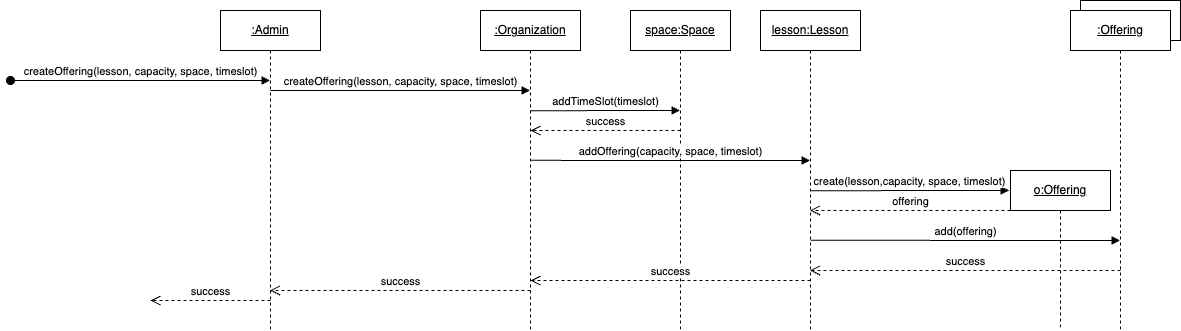
This is artifacts/usecase-processofferings/create-offering-interaction-diagram.png from vinishamanek/SOEN342, a draw.io export, as it was before one commit. Source tidied: cells renumbered, new cells last; positions are measured from the earlier drawing's top-left corner, leaving out a move shared by most shapes. The source it was exported from:
```xml
<mxGraphModel>
  <root>
    <mxCell id="0" />
    <mxCell id="1" parent="0" />
    <mxCell id="2" style="rounded=0;whiteSpace=wrap;html=1;" parent="1" vertex="1">
      <mxGeometry x="1070" width="100" height="40" as="geometry" />
    </mxCell>
    <mxCell id="3" value="&lt;u&gt;:Admin&lt;/u&gt;" style="shape=umlLifeline;perimeter=lifelinePerimeter;whiteSpace=wrap;html=1;outlineConnect=0;portConstraint=eastwest;newEdgeStyle={&quot;edgeStyle&quot;:&quot;elbowEdgeStyle&quot;,&quot;elbow&quot;:&quot;vertical&quot;,&quot;curved&quot;:0,&quot;rounded&quot;:0};" parent="1" vertex="1">
      <mxGeometry x="210" y="10" width="100" height="320" as="geometry" />
    </mxCell>
    <mxCell id="4" value="&lt;u&gt;:Organization&lt;/u&gt;" style="shape=umlLifeline;perimeter=lifelinePerimeter;whiteSpace=wrap;html=1;outlineConnect=0;portConstraint=eastwest;newEdgeStyle={&quot;edgeStyle&quot;:&quot;elbowEdgeStyle&quot;,&quot;elbow&quot;:&quot;vertical&quot;,&quot;curved&quot;:0,&quot;rounded&quot;:0};" parent="1" vertex="1">
      <mxGeometry x="470" y="10" width="100" height="320" as="geometry" />
    </mxCell>
    <mxCell id="5" value="createOffering(lesson, capacity, space, timeslot)" style="html=1;verticalAlign=bottom;endArrow=block;edgeStyle=elbowEdgeStyle;elbow=vertical;curved=0;rounded=0;" parent="1" edge="1" target="4">
      <mxGeometry relative="1" as="geometry">
        <mxPoint x="260" y="90" as="sourcePoint" />
      </mxGeometry>
    </mxCell>
    <mxCell id="6" value="success" style="html=1;verticalAlign=bottom;endArrow=open;dashed=1;endSize=8;edgeStyle=elbowEdgeStyle;elbow=vertical;curved=0;rounded=0;" parent="1" edge="1" target="3">
      <mxGeometry relative="1" as="geometry">
        <mxPoint x="520" y="290" as="sourcePoint" />
        <Array as="points">
          <mxPoint x="445" y="290" />
        </Array>
      </mxGeometry>
    </mxCell>
    <mxCell id="7" value="createOffering(lesson, capacity, space, timeslot)" style="html=1;verticalAlign=bottom;startArrow=oval;endArrow=block;startSize=8;edgeStyle=elbowEdgeStyle;elbow=vertical;curved=0;rounded=0;" parent="1" edge="1">
      <mxGeometry relative="1" as="geometry">
        <mxPoint y="80" as="sourcePoint" />
        <mxPoint x="259.5" y="80.1" as="targetPoint" />
      </mxGeometry>
    </mxCell>
    <mxCell id="8" value="&lt;u&gt;lesson:Lesson&lt;/u&gt;" style="shape=umlLifeline;perimeter=lifelinePerimeter;whiteSpace=wrap;html=1;outlineConnect=0;portConstraint=eastwest;newEdgeStyle={&quot;edgeStyle&quot;:&quot;elbowEdgeStyle&quot;,&quot;elbow&quot;:&quot;vertical&quot;,&quot;curved&quot;:0,&quot;rounded&quot;:0};" parent="1" vertex="1">
      <mxGeometry x="750" y="10" width="100" height="320" as="geometry" />
    </mxCell>
    <mxCell id="9" value="addTimeSlot(timeslot)" style="html=1;verticalAlign=bottom;endArrow=block;edgeStyle=elbowEdgeStyle;elbow=vertical;curved=0;rounded=0;" parent="1" edge="1">
      <mxGeometry relative="1" as="geometry">
        <mxPoint x="520" y="110.2" as="sourcePoint" />
        <mxPoint x="669.5" y="110" as="targetPoint" />
      </mxGeometry>
    </mxCell>
    <mxCell id="10" value="&lt;u&gt;space:Space&lt;/u&gt;" style="shape=umlLifeline;perimeter=lifelinePerimeter;whiteSpace=wrap;html=1;newEdgeStyle={&quot;edgeStyle&quot;:&quot;elbowEdgeStyle&quot;,&quot;elbow&quot;:&quot;vertical&quot;,&quot;curved&quot;:0,&quot;rounded&quot;:0};" parent="1" vertex="1">
      <mxGeometry x="620" y="10" width="100" height="320" as="geometry" />
    </mxCell>
    <mxCell id="11" value="success" style="html=1;verticalAlign=bottom;endArrow=open;dashed=1;endSize=8;edgeStyle=elbowEdgeStyle;elbow=vertical;curved=0;rounded=0;" parent="1" edge="1">
      <mxGeometry relative="1" as="geometry">
        <mxPoint x="670" y="130" as="sourcePoint" />
        <mxPoint x="520" y="130" as="targetPoint" />
        <Array as="points">
          <mxPoint x="595" y="130" />
        </Array>
      </mxGeometry>
    </mxCell>
    <mxCell id="12" value="addOffering(capacity, space, timeslot)" style="html=1;verticalAlign=bottom;endArrow=block;edgeStyle=elbowEdgeStyle;elbow=vertical;curved=0;rounded=0;" parent="1" edge="1" target="8">
      <mxGeometry relative="1" as="geometry">
        <mxPoint x="520" y="159.9" as="sourcePoint" />
      </mxGeometry>
    </mxCell>
    <mxCell id="13" value="&lt;u&gt;o:Offering&lt;/u&gt;" style="shape=umlLifeline;perimeter=lifelinePerimeter;whiteSpace=wrap;html=1;outlineConnect=0;portConstraint=eastwest;newEdgeStyle={&quot;edgeStyle&quot;:&quot;elbowEdgeStyle&quot;,&quot;elbow&quot;:&quot;vertical&quot;,&quot;curved&quot;:0,&quot;rounded&quot;:0};" parent="1" vertex="1">
      <mxGeometry x="1000" y="170" width="100" height="160" as="geometry" />
    </mxCell>
    <mxCell id="14" value="&lt;u&gt;:Offering&lt;/u&gt;" style="shape=umlLifeline;perimeter=lifelinePerimeter;whiteSpace=wrap;html=1;outlineConnect=0;portConstraint=eastwest;newEdgeStyle={&quot;edgeStyle&quot;:&quot;elbowEdgeStyle&quot;,&quot;elbow&quot;:&quot;vertical&quot;,&quot;curved&quot;:0,&quot;rounded&quot;:0};" parent="1" vertex="1">
      <mxGeometry x="1060" y="10" width="100" height="320" as="geometry" />
    </mxCell>
    <mxCell id="15" value="create(lesson,capacity, space, timeslot)" style="html=1;verticalAlign=bottom;endArrow=block;edgeStyle=elbowEdgeStyle;elbow=vertical;curved=0;rounded=0;entryX=-0.013;entryY=0.126;entryDx=0;entryDy=0;entryPerimeter=0;" parent="1" edge="1" target="13">
      <mxGeometry relative="1" as="geometry">
        <mxPoint x="800" y="190.2" as="sourcePoint" />
      </mxGeometry>
    </mxCell>
    <mxCell id="16" value="add(offering)" style="html=1;verticalAlign=bottom;endArrow=block;edgeStyle=elbowEdgeStyle;elbow=vertical;curved=0;rounded=0;" parent="1" edge="1" target="14">
      <mxGeometry relative="1" as="geometry">
        <mxPoint x="800" y="239.8" as="sourcePoint" />
      </mxGeometry>
    </mxCell>
    <mxCell id="17" value="success" style="html=1;verticalAlign=bottom;endArrow=open;dashed=1;endSize=8;edgeStyle=elbowEdgeStyle;elbow=vertical;curved=0;rounded=0;" parent="1" edge="1" target="8">
      <mxGeometry relative="1" as="geometry">
        <mxPoint x="1110" y="270" as="sourcePoint" />
        <Array as="points">
          <mxPoint x="1035" y="270" />
        </Array>
      </mxGeometry>
    </mxCell>
    <mxCell id="18" value="success" style="html=1;verticalAlign=bottom;endArrow=open;dashed=1;endSize=8;edgeStyle=elbowEdgeStyle;elbow=vertical;curved=0;rounded=0;" parent="1" edge="1">
      <mxGeometry relative="1" as="geometry">
        <mxPoint x="800" y="280" as="sourcePoint" />
        <mxPoint x="520" y="280" as="targetPoint" />
        <Array as="points">
          <mxPoint x="725" y="280" />
        </Array>
      </mxGeometry>
    </mxCell>
    <mxCell id="19" value="success" style="html=1;verticalAlign=bottom;endArrow=open;dashed=1;endSize=8;edgeStyle=elbowEdgeStyle;elbow=vertical;curved=0;rounded=0;" parent="1" edge="1">
      <mxGeometry relative="1" as="geometry">
        <mxPoint x="260" y="300" as="sourcePoint" />
        <mxPoint x="140" y="300" as="targetPoint" />
        <Array as="points">
          <mxPoint x="185" y="300" />
        </Array>
      </mxGeometry>
    </mxCell>
    <mxCell id="20" value="offering" style="html=1;verticalAlign=bottom;endArrow=open;dashed=1;endSize=8;edgeStyle=elbowEdgeStyle;elbow=vertical;curved=0;rounded=0;" parent="1" edge="1" target="8">
      <mxGeometry relative="1" as="geometry">
        <mxPoint x="1000" y="210" as="sourcePoint" />
        <Array as="points">
          <mxPoint x="925" y="210" />
        </Array>
      </mxGeometry>
    </mxCell>
  </root>
</mxGraphModel>
```
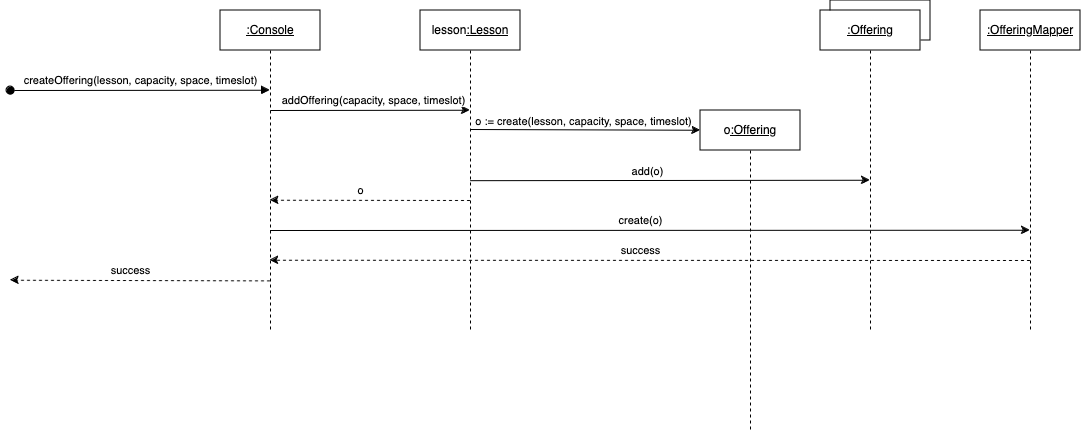
After the change.

Commit message:
Update create-offering diagarm

Diff of the diagram source:
```diff
@@ -2,109 +2,105 @@
   <root>
     <mxCell id="0" />
     <mxCell id="1" parent="0" />
-    <mxCell id="2" style="rounded=0;whiteSpace=wrap;html=1;" parent="1" vertex="1">
-      <mxGeometry x="1070" width="100" height="40" as="geometry" />
-    </mxCell>
-    <mxCell id="3" value="&lt;u&gt;:Admin&lt;/u&gt;" style="shape=umlLifeline;perimeter=lifelinePerimeter;whiteSpace=wrap;html=1;outlineConnect=0;portConstraint=eastwest;newEdgeStyle={&quot;edgeStyle&quot;:&quot;elbowEdgeStyle&quot;,&quot;elbow&quot;:&quot;vertical&quot;,&quot;curved&quot;:0,&quot;rounded&quot;:0};" parent="1" vertex="1">
-      <mxGeometry x="210" y="10" width="100" height="320" as="geometry" />
-    </mxCell>
-    <mxCell id="4" value="&lt;u&gt;:Organization&lt;/u&gt;" style="shape=umlLifeline;perimeter=lifelinePerimeter;whiteSpace=wrap;html=1;outlineConnect=0;portConstraint=eastwest;newEdgeStyle={&quot;edgeStyle&quot;:&quot;elbowEdgeStyle&quot;,&quot;elbow&quot;:&quot;vertical&quot;,&quot;curved&quot;:0,&quot;rounded&quot;:0};" parent="1" vertex="1">
-      <mxGeometry x="470" y="10" width="100" height="320" as="geometry" />
-    </mxCell>
-    <mxCell id="5" value="createOffering(lesson, capacity, space, timeslot)" style="html=1;verticalAlign=bottom;endArrow=block;edgeStyle=elbowEdgeStyle;elbow=vertical;curved=0;rounded=0;" parent="1" edge="1" target="4">
-      <mxGeometry relative="1" as="geometry">
-        <mxPoint x="260" y="90" as="sourcePoint" />
-      </mxGeometry>
-    </mxCell>
-    <mxCell id="6" value="success" style="html=1;verticalAlign=bottom;endArrow=open;dashed=1;endSize=8;edgeStyle=elbowEdgeStyle;elbow=vertical;curved=0;rounded=0;" parent="1" edge="1" target="3">
-      <mxGeometry relative="1" as="geometry">
-        <mxPoint x="520" y="290" as="sourcePoint" />
-        <Array as="points">
-          <mxPoint x="445" y="290" />
-        </Array>
-      </mxGeometry>
-    </mxCell>
+    <mxCell id="21" style="rounded=0;whiteSpace=wrap;html=1;" parent="1" vertex="1">
+      <mxGeometry x="1070" width="100" height="40" as="geometry" />
+    </mxCell>
+    <mxCell id="22" style="edgeStyle=elbowEdgeStyle;rounded=0;jettySize=auto;html=1;elbow=vertical;curved=0;" parent="1" edge="1" target="32">
+      <mxGeometry relative="1" as="geometry">
+        <mxPoint x="509.8" y="110" as="sourcePoint" />
+      </mxGeometry>
+    </mxCell>
+    <mxCell id="12" value="addOffering(capacity, space, timeslot)" style="edgeLabel;html=1;align=center;verticalAlign=middle;" parent="22" vertex="1">
+      <mxGeometry x="-0.17" relative="1" as="geometry">
+        <mxPoint x="19" y="-10" as="offset" />
+      </mxGeometry>
+    </mxCell>
+    <mxCell id="23" style="edgeStyle=elbowEdgeStyle;rounded=0;orthogonalLoop=1;jettySize=auto;html=1;elbow=vertical;curved=0;" parent="1" edge="1">
+      <mxGeometry relative="1" as="geometry">
+        <mxPoint x="509.5" y="230" as="sourcePoint" />
+        <mxPoint x="1269.5" y="230" as="targetPoint" />
+      </mxGeometry>
+    </mxCell>
+    <mxCell id="24" value="create(o)" style="edgeLabel;html=1;align=center;verticalAlign=middle;" parent="23" vertex="1">
+      <mxGeometry x="-0.34" y="-2" relative="1" as="geometry">
+        <mxPoint x="120" y="-12" as="offset" />
+      </mxGeometry>
+    </mxCell>
+    <mxCell id="25" style="edgeStyle=elbowEdgeStyle;rounded=0;orthogonalLoop=1;jettySize=auto;html=1;elbow=vertical;curved=0;dashed=1;" parent="1" edge="1">
+      <mxGeometry relative="1" as="geometry">
+        <mxPoint x="509.5" y="280.4" as="sourcePoint" />
+        <mxPoint x="250" y="280" as="targetPoint" />
+      </mxGeometry>
+    </mxCell>
+    <mxCell id="26" value="success" style="edgeLabel;html=1;align=center;verticalAlign=middle;" parent="25" vertex="1">
+      <mxGeometry x="0.28" y="6" relative="1" as="geometry">
+        <mxPoint x="27" y="-16" as="offset" />
+      </mxGeometry>
+    </mxCell>
+    <mxCell id="27" value="&lt;u&gt;:Console&lt;/u&gt;" style="shape=umlLifeline;perimeter=lifelinePerimeter;whiteSpace=wrap;html=1;newEdgeStyle={&quot;edgeStyle&quot;:&quot;elbowEdgeStyle&quot;,&quot;elbow&quot;:&quot;vertical&quot;,&quot;curved&quot;:0,&quot;rounded&quot;:0};" parent="1" vertex="1">
+      <mxGeometry x="460" y="10" width="100" height="320" as="geometry" />
+    </mxCell>
     <mxCell id="7" value="createOffering(lesson, capacity, space, timeslot)" style="html=1;verticalAlign=bottom;startArrow=oval;endArrow=block;startSize=8;edgeStyle=elbowEdgeStyle;elbow=vertical;curved=0;rounded=0;" parent="1" edge="1">
       <mxGeometry relative="1" as="geometry">
-        <mxPoint y="80" as="sourcePoint" />
-        <mxPoint x="259.5" y="80.1" as="targetPoint" />
+        <mxPoint x="250" y="90" as="sourcePoint" />
+        <mxPoint x="509.5" y="90.1" as="targetPoint" />
       </mxGeometry>
     </mxCell>
-    <mxCell id="8" value="&lt;u&gt;lesson:Lesson&lt;/u&gt;" style="shape=umlLifeline;perimeter=lifelinePerimeter;whiteSpace=wrap;html=1;outlineConnect=0;portConstraint=eastwest;newEdgeStyle={&quot;edgeStyle&quot;:&quot;elbowEdgeStyle&quot;,&quot;elbow&quot;:&quot;vertical&quot;,&quot;curved&quot;:0,&quot;rounded&quot;:0};" parent="1" vertex="1">
-      <mxGeometry x="750" y="10" width="100" height="320" as="geometry" />
-    </mxCell>
-    <mxCell id="9" value="addTimeSlot(timeslot)" style="html=1;verticalAlign=bottom;endArrow=block;edgeStyle=elbowEdgeStyle;elbow=vertical;curved=0;rounded=0;" parent="1" edge="1">
-      <mxGeometry relative="1" as="geometry">
-        <mxPoint x="520" y="110.2" as="sourcePoint" />
-        <mxPoint x="669.5" y="110" as="targetPoint" />
-      </mxGeometry>
-    </mxCell>
-    <mxCell id="10" value="&lt;u&gt;space:Space&lt;/u&gt;" style="shape=umlLifeline;perimeter=lifelinePerimeter;whiteSpace=wrap;html=1;newEdgeStyle={&quot;edgeStyle&quot;:&quot;elbowEdgeStyle&quot;,&quot;elbow&quot;:&quot;vertical&quot;,&quot;curved&quot;:0,&quot;rounded&quot;:0};" parent="1" vertex="1">
-      <mxGeometry x="620" y="10" width="100" height="320" as="geometry" />
-    </mxCell>
-    <mxCell id="11" value="success" style="html=1;verticalAlign=bottom;endArrow=open;dashed=1;endSize=8;edgeStyle=elbowEdgeStyle;elbow=vertical;curved=0;rounded=0;" parent="1" edge="1">
-      <mxGeometry relative="1" as="geometry">
-        <mxPoint x="670" y="130" as="sourcePoint" />
-        <mxPoint x="520" y="130" as="targetPoint" />
-        <Array as="points">
-          <mxPoint x="595" y="130" />
-        </Array>
-      </mxGeometry>
-    </mxCell>
-    <mxCell id="12" value="addOffering(capacity, space, timeslot)" style="html=1;verticalAlign=bottom;endArrow=block;edgeStyle=elbowEdgeStyle;elbow=vertical;curved=0;rounded=0;" parent="1" edge="1" target="8">
-      <mxGeometry relative="1" as="geometry">
-        <mxPoint x="520" y="159.9" as="sourcePoint" />
-      </mxGeometry>
-    </mxCell>
-    <mxCell id="13" value="&lt;u&gt;o:Offering&lt;/u&gt;" style="shape=umlLifeline;perimeter=lifelinePerimeter;whiteSpace=wrap;html=1;outlineConnect=0;portConstraint=eastwest;newEdgeStyle={&quot;edgeStyle&quot;:&quot;elbowEdgeStyle&quot;,&quot;elbow&quot;:&quot;vertical&quot;,&quot;curved&quot;:0,&quot;rounded&quot;:0};" parent="1" vertex="1">
-      <mxGeometry x="1000" y="170" width="100" height="160" as="geometry" />
-    </mxCell>
+    <mxCell id="28" style="edgeStyle=elbowEdgeStyle;rounded=0;orthogonalLoop=1;jettySize=auto;html=1;elbow=vertical;curved=0;" parent="1" edge="1">
+      <mxGeometry relative="1" as="geometry">
+        <mxPoint x="709.8" y="129" as="sourcePoint" />
+        <mxPoint x="940" y="130" as="targetPoint" />
+      </mxGeometry>
+    </mxCell>
+    <mxCell id="29" value="o := create(lesson, capacity, space, timeslot)" style="edgeLabel;html=1;align=center;verticalAlign=middle;" parent="28" vertex="1">
+      <mxGeometry x="-0.25" y="2" relative="1" as="geometry">
+        <mxPoint x="27" y="-7" as="offset" />
+      </mxGeometry>
+    </mxCell>
+    <mxCell id="30" style="edgeStyle=elbowEdgeStyle;rounded=0;orthogonalLoop=1;jettySize=auto;html=1;elbow=vertical;curved=0;dashed=1;" parent="1" edge="1">
+      <mxGeometry relative="1" as="geometry">
+        <mxPoint x="709.5" y="200" as="sourcePoint" />
+        <mxPoint x="509.5" y="200" as="targetPoint" />
+      </mxGeometry>
+    </mxCell>
+    <mxCell id="31" value="o" style="edgeLabel;html=1;align=center;verticalAlign=middle;" parent="30" vertex="1">
+      <mxGeometry x="0.25" y="3" relative="1" as="geometry">
+        <mxPoint x="15" y="-13" as="offset" />
+      </mxGeometry>
+    </mxCell>
+    <mxCell id="32" value="lesson&lt;u&gt;:Lesson&lt;/u&gt;" style="shape=umlLifeline;perimeter=lifelinePerimeter;whiteSpace=wrap;html=1;outlineConnect=0;portConstraint=eastwest;newEdgeStyle={&quot;edgeStyle&quot;:&quot;elbowEdgeStyle&quot;,&quot;elbow&quot;:&quot;vertical&quot;,&quot;curved&quot;:0,&quot;rounded&quot;:0};" parent="1" vertex="1">
+      <mxGeometry x="660" y="10" width="100" height="320" as="geometry" />
+    </mxCell>
+    <mxCell id="33" value="o&lt;u&gt;:Offering&lt;/u&gt;" style="shape=umlLifeline;perimeter=lifelinePerimeter;whiteSpace=wrap;html=1;newEdgeStyle={&quot;edgeStyle&quot;:&quot;elbowEdgeStyle&quot;,&quot;elbow&quot;:&quot;vertical&quot;,&quot;curved&quot;:0,&quot;rounded&quot;:0};" parent="1" vertex="1">
+      <mxGeometry x="940" y="110" width="100" height="320" as="geometry" />
+    </mxCell>
     <mxCell id="14" value="&lt;u&gt;:Offering&lt;/u&gt;" style="shape=umlLifeline;perimeter=lifelinePerimeter;whiteSpace=wrap;html=1;outlineConnect=0;portConstraint=eastwest;newEdgeStyle={&quot;edgeStyle&quot;:&quot;elbowEdgeStyle&quot;,&quot;elbow&quot;:&quot;vertical&quot;,&quot;curved&quot;:0,&quot;rounded&quot;:0};" parent="1" vertex="1">
       <mxGeometry x="1060" y="10" width="100" height="320" as="geometry" />
     </mxCell>
-    <mxCell id="15" value="create(lesson,capacity, space, timeslot)" style="html=1;verticalAlign=bottom;endArrow=block;edgeStyle=elbowEdgeStyle;elbow=vertical;curved=0;rounded=0;entryX=-0.013;entryY=0.126;entryDx=0;entryDy=0;entryPerimeter=0;" parent="1" edge="1" target="13">
-      <mxGeometry relative="1" as="geometry">
-        <mxPoint x="800" y="190.2" as="sourcePoint" />
-      </mxGeometry>
-    </mxCell>
-    <mxCell id="16" value="add(offering)" style="html=1;verticalAlign=bottom;endArrow=block;edgeStyle=elbowEdgeStyle;elbow=vertical;curved=0;rounded=0;" parent="1" edge="1" target="14">
-      <mxGeometry relative="1" as="geometry">
-        <mxPoint x="800" y="239.8" as="sourcePoint" />
-      </mxGeometry>
-    </mxCell>
-    <mxCell id="17" value="success" style="html=1;verticalAlign=bottom;endArrow=open;dashed=1;endSize=8;edgeStyle=elbowEdgeStyle;elbow=vertical;curved=0;rounded=0;" parent="1" edge="1" target="8">
-      <mxGeometry relative="1" as="geometry">
-        <mxPoint x="1110" y="270" as="sourcePoint" />
-        <Array as="points">
-          <mxPoint x="1035" y="270" />
-        </Array>
-      </mxGeometry>
-    </mxCell>
-    <mxCell id="18" value="success" style="html=1;verticalAlign=bottom;endArrow=open;dashed=1;endSize=8;edgeStyle=elbowEdgeStyle;elbow=vertical;curved=0;rounded=0;" parent="1" edge="1">
-      <mxGeometry relative="1" as="geometry">
-        <mxPoint x="800" y="280" as="sourcePoint" />
-        <mxPoint x="520" y="280" as="targetPoint" />
-        <Array as="points">
-          <mxPoint x="725" y="280" />
-        </Array>
-      </mxGeometry>
-    </mxCell>
-    <mxCell id="19" value="success" style="html=1;verticalAlign=bottom;endArrow=open;dashed=1;endSize=8;edgeStyle=elbowEdgeStyle;elbow=vertical;curved=0;rounded=0;" parent="1" edge="1">
-      <mxGeometry relative="1" as="geometry">
-        <mxPoint x="260" y="300" as="sourcePoint" />
-        <mxPoint x="140" y="300" as="targetPoint" />
-        <Array as="points">
-          <mxPoint x="185" y="300" />
-        </Array>
-      </mxGeometry>
-    </mxCell>
-    <mxCell id="20" value="offering" style="html=1;verticalAlign=bottom;endArrow=open;dashed=1;endSize=8;edgeStyle=elbowEdgeStyle;elbow=vertical;curved=0;rounded=0;" parent="1" edge="1" target="8">
-      <mxGeometry relative="1" as="geometry">
-        <mxPoint x="1000" y="210" as="sourcePoint" />
-        <Array as="points">
-          <mxPoint x="925" y="210" />
-        </Array>
-      </mxGeometry>
-    </mxCell>
+    <mxCell id="34" style="edgeStyle=elbowEdgeStyle;rounded=0;orthogonalLoop=1;jettySize=auto;html=1;elbow=vertical;curved=0;" parent="1" edge="1">
+      <mxGeometry relative="1" as="geometry">
+        <mxPoint x="709.8" y="180.2" as="sourcePoint" />
+        <mxPoint x="1109.5" y="180" as="targetPoint" />
+      </mxGeometry>
+    </mxCell>
+    <mxCell id="35" value="add(o)" style="edgeLabel;html=1;align=center;verticalAlign=middle;" parent="34" vertex="1">
+      <mxGeometry x="-0.25" y="2" relative="1" as="geometry">
+        <mxPoint x="27" y="-7" as="offset" />
+      </mxGeometry>
+    </mxCell>
+    <mxCell id="36" style="edgeStyle=elbowEdgeStyle;rounded=0;orthogonalLoop=1;jettySize=auto;html=1;elbow=vertical;curved=0;dashed=1;" parent="1" edge="1">
+      <mxGeometry relative="1" as="geometry">
+        <mxPoint x="1269.5" y="260" as="sourcePoint" />
+        <mxPoint x="509.4" y="260" as="targetPoint" />
+      </mxGeometry>
+    </mxCell>
+    <mxCell id="37" value="success" style="edgeLabel;html=1;align=center;verticalAlign=middle;" parent="36" vertex="1">
+      <mxGeometry x="0.07" y="2" relative="1" as="geometry">
+        <mxPoint x="16" y="-12" as="offset" />
+      </mxGeometry>
+    </mxCell>
+    <mxCell id="38" value="&lt;u&gt;:OfferingMapper&lt;/u&gt;" style="shape=umlLifeline;perimeter=lifelinePerimeter;whiteSpace=wrap;html=1;newEdgeStyle={&quot;edgeStyle&quot;:&quot;elbowEdgeStyle&quot;,&quot;elbow&quot;:&quot;vertical&quot;,&quot;curved&quot;:0,&quot;rounded&quot;:0};" parent="1" vertex="1">
+      <mxGeometry x="1220" y="10" width="100" height="320" as="geometry" />
+    </mxCell>
   </root>
 </mxGraphModel>
```
